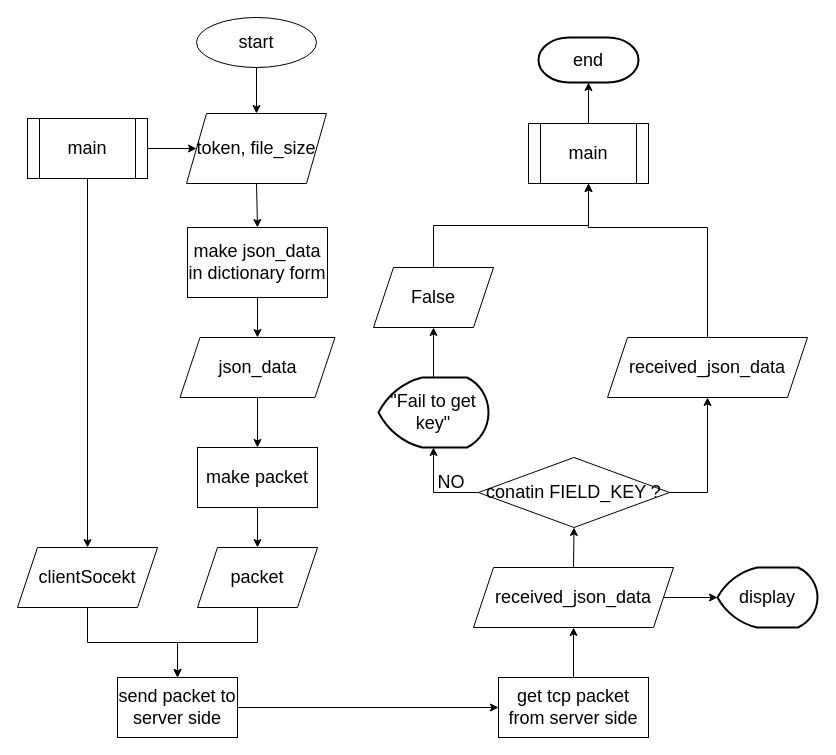
Earlier version of the draw.io diagram page "fetch uploading plan" (4 of 5) of Untitled Diagram.drawio (1102131860/CAN201). Source tidied: cells renumbered, new cells numbered last; positions are measured from the earlier drawing's top-left corner, leaving out a move shared by most shapes. Both pictures are drawn from the tidied source at 100%, with x=0, y=0 at pixel (17, 17).
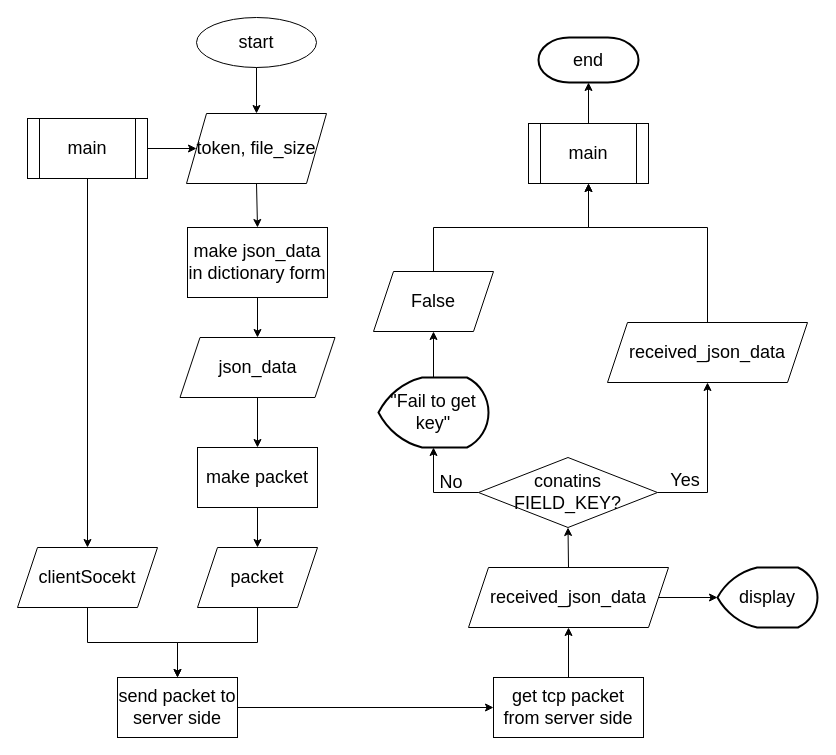
Above is the later version.

What changed in the source:
```diff
@@
     <mxCell id="22" value="get tcp packet from server side" style="rounded=0;whiteSpace=wrap;html=1;fontSize=18;" parent="1" vertex="1">
-      <mxGeometry x="481" y="660" width="150" height="60" as="geometry" />
+      <mxGeometry x="476" y="660" width="150" height="60" as="geometry" />
     </mxCell>
@@
     <mxCell id="24" value="received_json_data" style="shape=parallelogram;perimeter=parallelogramPerimeter;whiteSpace=wrap;html=1;fixedSize=1;fontSize=18;" parent="1" vertex="1">
-      <mxGeometry x="456" y="550" width="200" height="60" as="geometry" />
+      <mxGeometry x="451" y="550" width="200" height="60" as="geometry" />
     </mxCell>
@@
-    <mxCell id="26" value="conatin FIELD_KEY ?" style="rhombus;whiteSpace=wrap;html=1;fontSize=18;" parent="1" vertex="1">
-      <mxGeometry x="461" y="440" width="191" height="70" as="geometry" />
+    <mxCell id="26" value="conatins FIELD_KEY?" style="rhombus;whiteSpace=wrap;html=1;fontSize=18;" parent="1" vertex="1">
+      <mxGeometry x="461" y="440" width="179" height="70" as="geometry" />
     </mxCell>
@@
-    <mxCell id="29" value="NO" style="text;html=1;strokeColor=none;fillColor=none;align=center;verticalAlign=middle;whiteSpace=wrap;rounded=0;fontSize=18;" parent="1" vertex="1">
+    <mxCell id="29" value="No" style="text;html=1;strokeColor=none;fillColor=none;align=center;verticalAlign=middle;whiteSpace=wrap;rounded=0;fontSize=18;" parent="1" vertex="1">
       <mxGeometry x="404" y="450" width="60" height="30" as="geometry" />
     </mxCell>
@@
     <mxCell id="31" value="False" style="shape=parallelogram;perimeter=parallelogramPerimeter;whiteSpace=wrap;html=1;fixedSize=1;fontSize=18;" parent="1" vertex="1">
-      <mxGeometry x="356" y="250" width="120" height="60" as="geometry" />
+      <mxGeometry x="356" y="254" width="120" height="60" as="geometry" />
     </mxCell>
@@
     <mxCell id="33" value="received_json_data" style="shape=parallelogram;perimeter=parallelogramPerimeter;whiteSpace=wrap;html=1;fixedSize=1;fontSize=18;" parent="1" vertex="1">
-      <mxGeometry x="590" y="320" width="200" height="60" as="geometry" />
+      <mxGeometry x="590" y="305" width="200" height="60" as="geometry" />
     </mxCell>
@@
+    <mxCell id="40" value="Yes" style="text;html=1;strokeColor=none;fillColor=none;align=center;verticalAlign=middle;whiteSpace=wrap;rounded=0;fontSize=18;" parent="1" vertex="1">
+      <mxGeometry x="638" y="448" width="60" height="30" as="geometry" />
+    </mxCell>
```
